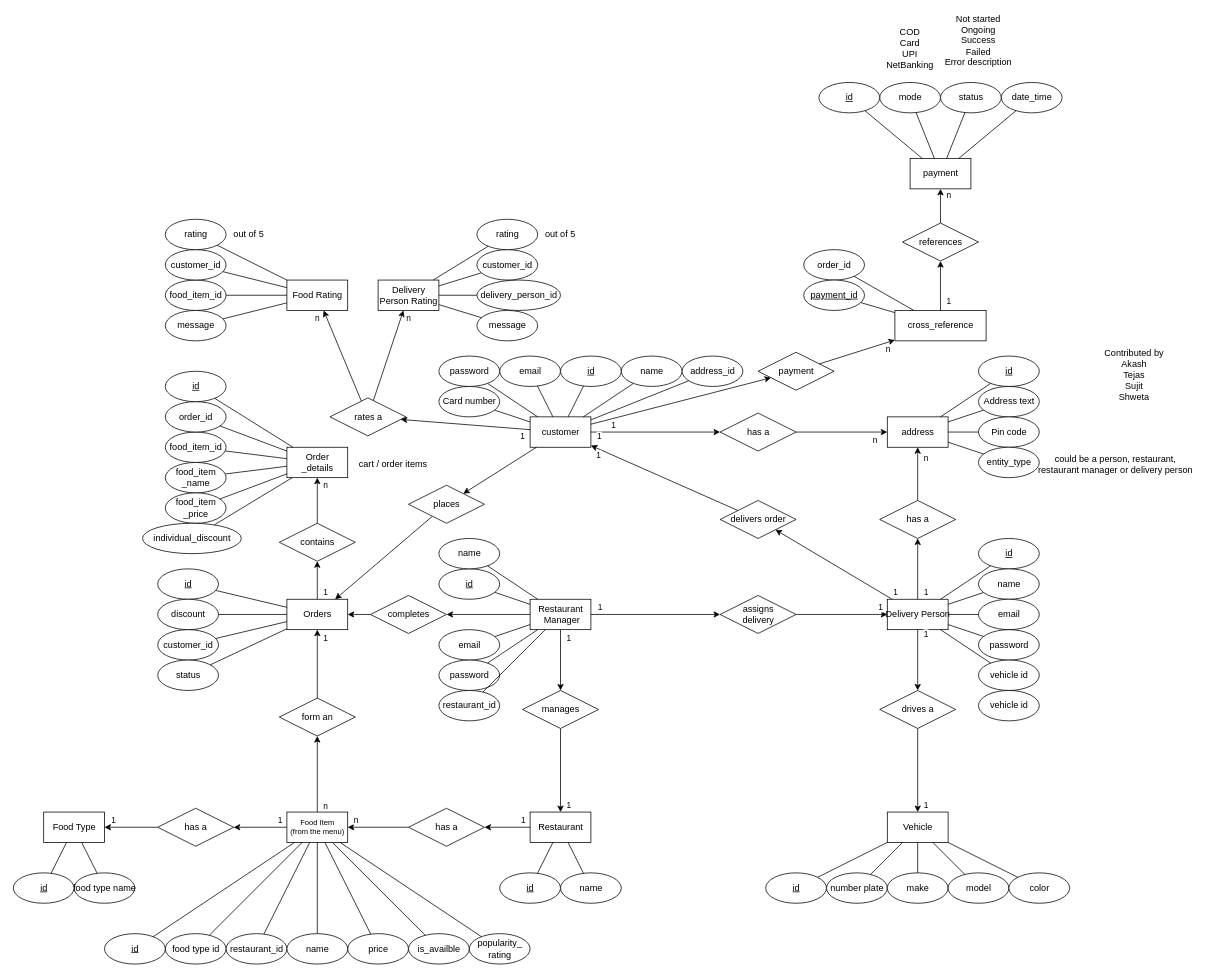
The draw.io diagram diagrams/ER/ER diagram.drawio in callofthewild/hunger-buzz, before the edit. Source tidied: cells renumbered, new cells numbered last; positions are measured from the earlier drawing's top-left corner, leaving out a move shared by most shapes. Both pictures are drawn from the tidied source at 76%, with x=0, y=0 at pixel (13, 14).
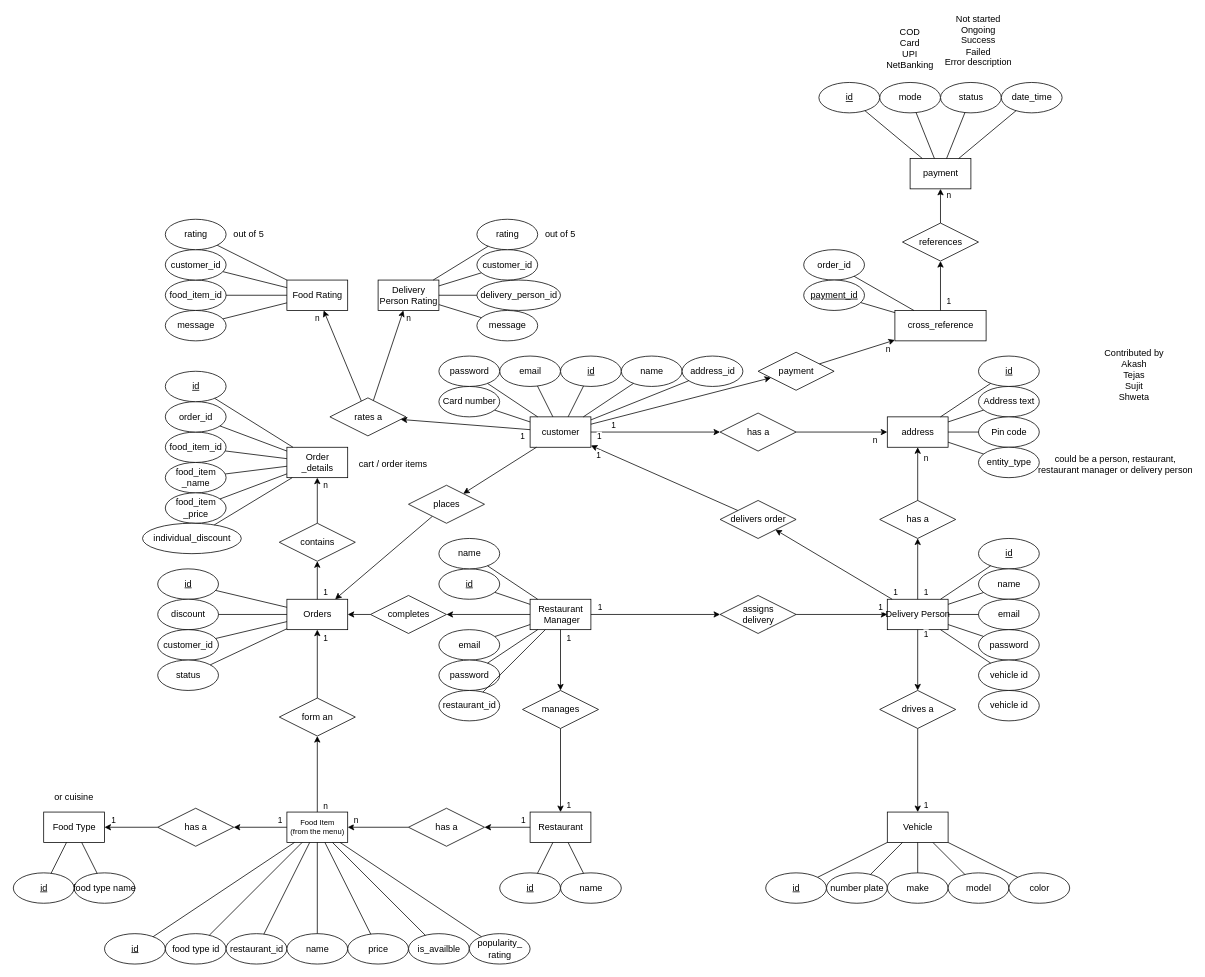
After the change.

What changed in the source:
```diff
@@
+    <mxCell id="217" value="or cuisine" style="text;html=1;strokeColor=none;fillColor=none;align=center;verticalAlign=middle;whiteSpace=wrap;rounded=0;" parent="1" vertex="1">
+      <mxGeometry x="50" y="1015" width="60" height="30" as="geometry" />
+    </mxCell>
```
